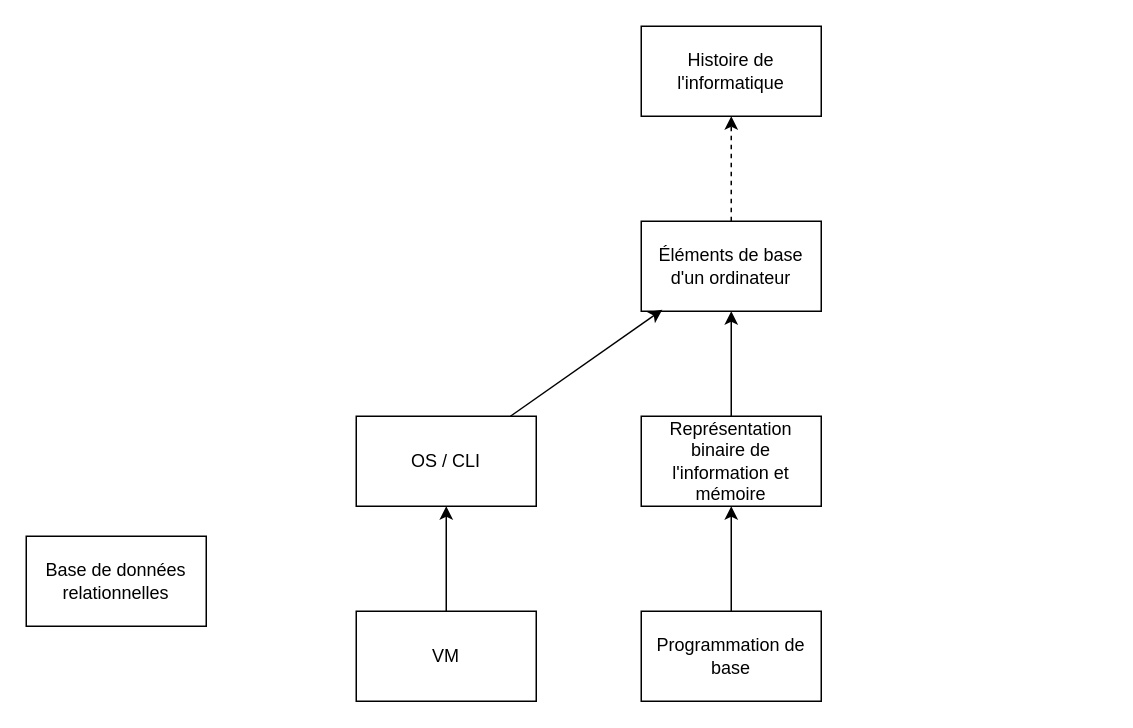
Above: Concepts_Informatique.drawio in qwertyuu/CoursInformatique2024 (draw.io), before the change. Source tidied: cells renumbered, new cells numbered last; positions are measured from the earlier drawing's top-left corner, leaving out a move shared by most shapes. Both pictures are drawn from the tidied source at 150%, with x=0, y=0 at pixel (26, 26).
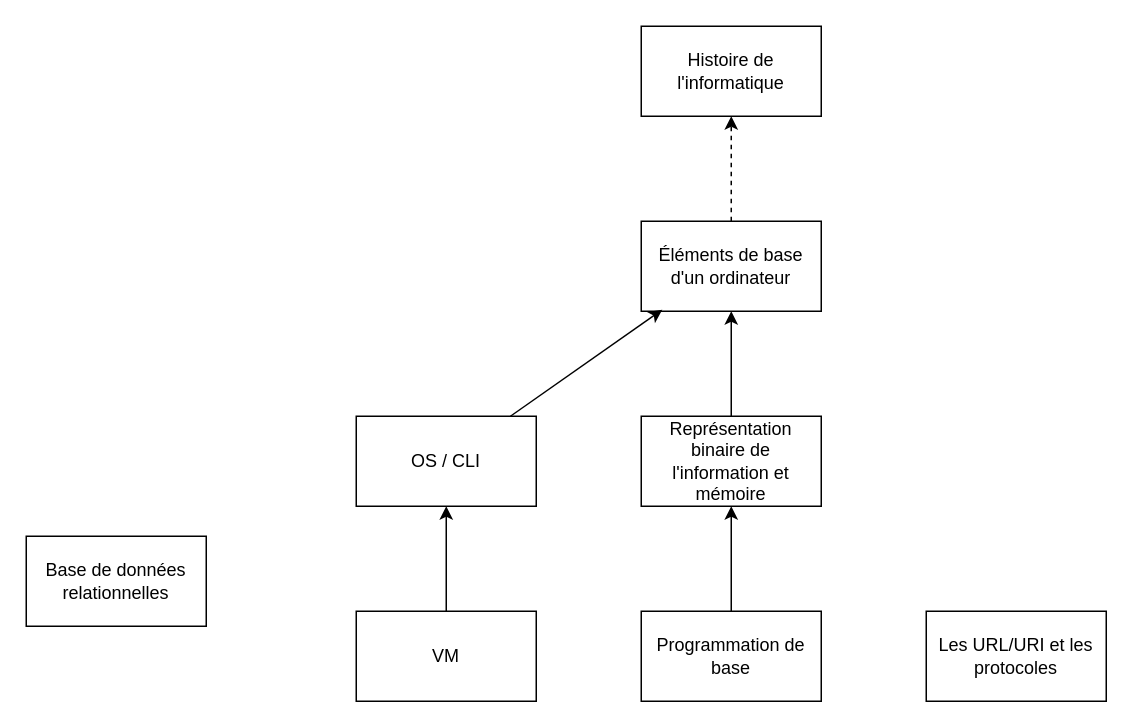
The same page after the edit.

Diff of the diagram source:
```diff
@@
 <mxGraphModel>
   <root>
     <mxCell id="0" />
     <mxCell id="1" parent="0" />
     <mxCell id="2" value="Histoire de l'informatique" style="rounded=0;whiteSpace=wrap;html=1;" parent="1" vertex="1">
       <mxGeometry x="410" width="120" height="60" as="geometry" />
     </mxCell>
     <mxCell id="3" style="rounded=0;jettySize=auto;html=1;strokeColor=default;dashed=1;" parent="1" edge="1" source="4" target="2">
       <mxGeometry relative="1" as="geometry" />
     </mxCell>
     <mxCell id="4" value="Éléments de base d'un ordinateur" style="rounded=0;whiteSpace=wrap;html=1;" parent="1" vertex="1">
       <mxGeometry x="410" y="130" width="120" height="60" as="geometry" />
     </mxCell>
     <mxCell id="5" style="edgeStyle=none;rounded=0;jettySize=auto;html=1;" parent="1" edge="1" source="6" target="4">
       <mxGeometry relative="1" as="geometry" />
     </mxCell>
     <mxCell id="6" value="Représentation binaire de l'information et mémoire" style="rounded=0;whiteSpace=wrap;html=1;" parent="1" vertex="1">
       <mxGeometry x="410" y="260" width="120" height="60" as="geometry" />
     </mxCell>
     <mxCell id="7" value="Base de données relationnelles" style="rounded=0;whiteSpace=wrap;html=1;" parent="1" vertex="1">
       <mxGeometry y="340" width="120" height="60" as="geometry" />
     </mxCell>
     <mxCell id="8" style="edgeStyle=none;rounded=0;jettySize=auto;html=1;" parent="1" edge="1" source="9" target="6">
       <mxGeometry relative="1" as="geometry" />
     </mxCell>
     <mxCell id="9" value="Programmation de base" style="rounded=0;whiteSpace=wrap;html=1;" parent="1" vertex="1">
       <mxGeometry x="410" y="390" width="120" height="60" as="geometry" />
     </mxCell>
     <mxCell id="10" value="OS / CLI" style="rounded=0;whiteSpace=wrap;html=1;" parent="1" vertex="1">
       <mxGeometry x="220" y="260" width="120" height="60" as="geometry" />
     </mxCell>
     <mxCell id="11" style="edgeStyle=none;rounded=0;jettySize=auto;html=1;" parent="1" edge="1" source="12" target="10">
       <mxGeometry relative="1" as="geometry" />
     </mxCell>
     <mxCell id="12" value="VM" style="rounded=0;whiteSpace=wrap;html=1;" parent="1" vertex="1">
       <mxGeometry x="220" y="390" width="120" height="60" as="geometry" />
     </mxCell>
     <mxCell id="13" style="edgeStyle=none;rounded=0;jettySize=auto;html=1;entryX=0.117;entryY=0.983;entryDx=0;entryDy=0;entryPerimeter=0;" parent="1" edge="1" source="10" target="4">
       <mxGeometry relative="1" as="geometry" />
     </mxCell>
+    <mxCell id="14" value="Les URL/URI et les protocoles" style="rounded=0;whiteSpace=wrap;html=1;" parent="1" vertex="1">
+      <mxGeometry x="600" y="390" width="120" height="60" as="geometry" />
+    </mxCell>
   </root>
 </mxGraphModel>
```
